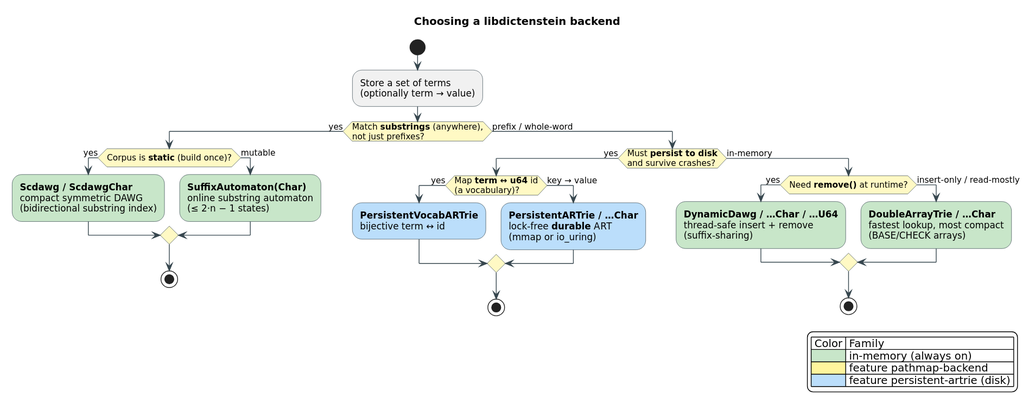
This is docs/diagrams/selector.svg from vinary-tree/libdictenstein, a PlantUML export, as it was before one commit.
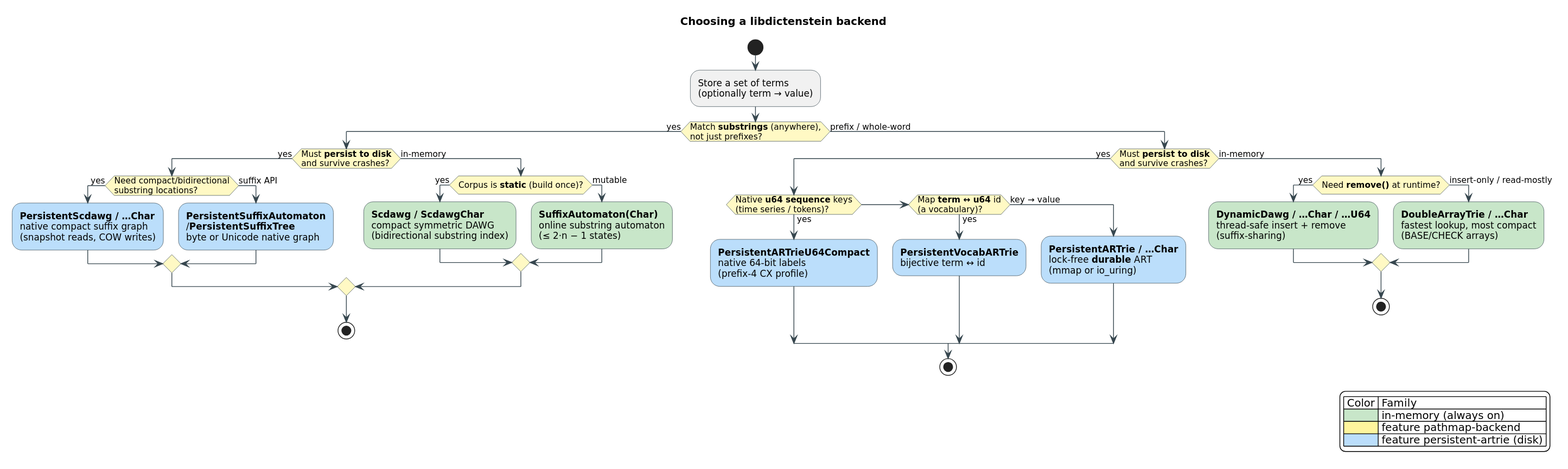
Above is the later version.

Change to the diagram source:
```diff
@@ -12,15 +12,25 @@
 :Store a set of terms\n(optionally term → value);
 
 if (Match **substrings** (anywhere),\nnot just prefixes?) then (yes)
-  if (Corpus is **static** (build once)?) then (yes)
-    :**Scdawg / ScdawgChar**\ncompact symmetric DAWG\n(bidirectional substring index);<<#C8E6C9>>
-  else (mutable)
-    :**SuffixAutomaton(Char)**\nonline substring automaton\n(≤ 2·n − 1 states);<<#C8E6C9>>
+  if (Must **persist to disk**\nand survive crashes?) then (yes)
+    if (Need compact/bidirectional\nsubstring locations?) then (yes)
+      :**PersistentScdawg / …Char**\nnative compact suffix graph\n(snapshot reads, COW writes);<<#BBDEFB>>
+    else (suffix API)
+      :**PersistentSuffixAutomaton**\n/**PersistentSuffixTree**\nbyte or Unicode native graph;<<#BBDEFB>>
+    endif
+  else (in-memory)
+    if (Corpus is **static** (build once)?) then (yes)
+      :**Scdawg / ScdawgChar**\ncompact symmetric DAWG\n(bidirectional substring index);<<#C8E6C9>>
+    else (mutable)
+      :**SuffixAutomaton(Char)**\nonline substring automaton\n(≤ 2·n − 1 states);<<#C8E6C9>>
+    endif
   endif
   stop
 else (prefix / whole-word)
   if (Must **persist to disk**\nand survive crashes?) then (yes)
-    if (Map **term ↔ u64** id\n(a vocabulary)?) then (yes)
+    if (Native **u64 sequence** keys\n(time series / tokens)?) then (yes)
+      :**PersistentARTrieU64Compact**\nnative 64-bit labels\n(prefix-4 CX profile);<<#BBDEFB>>
+    elseif (Map **term ↔ u64** id\n(a vocabulary)?) then (yes)
       :**PersistentVocabARTrie**\nbijective term ↔ id;<<#BBDEFB>>
     else (key → value)
       :**PersistentARTrie / …Char**\nlock-free **durable** ART\n(mmap or io_uring);<<#BBDEFB>>
```
